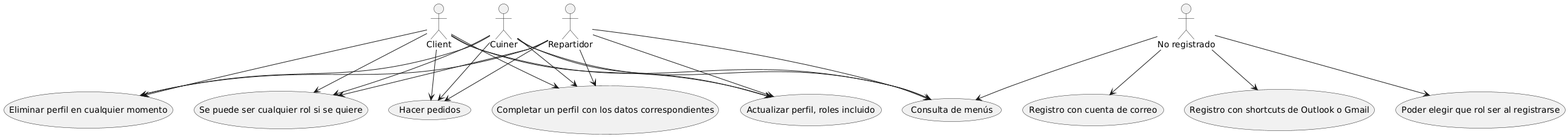
The PlantUML diagram documents/Diagrames Casos d'Us/Diagrames/Diagrama Caso de uso B1.png in dabien3/ES25UAB-511-05, before a commit.
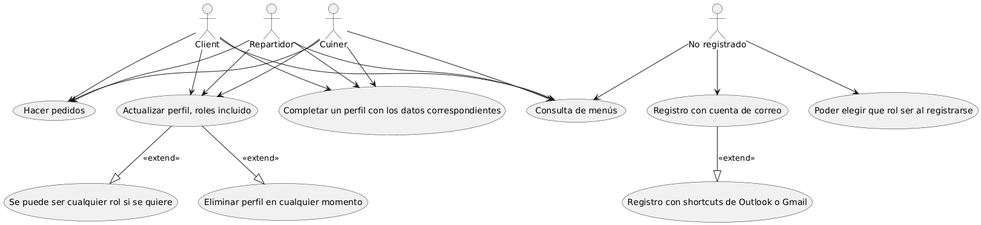
The same file after the commit.

Commit message:
reviewed bloq1 diagrama caso de uso

Diff of the diagram source:
```diff
@@ -23,18 +23,16 @@
 cu --> R2
 r --> R2
 n --> R3
-n --> R4
 cl --> R5
 cu --> R5
 r --> R5
 cl --> R6
 cu --> R6
 r --> R6
-cl --> R7
-cu --> R7
-r --> R7
 n --> R8
-cl --> R9
-cu --> R9
-r --> R9
+
+
+R3 --|> R4: <<extend>>
+R6 --|> R7 : <<extend>>
+R6 --|> R9 : <<extend>>
 @enduml
```
